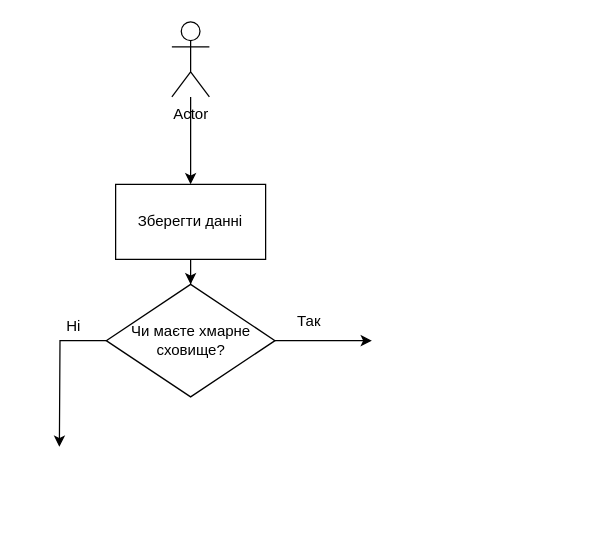
Earlier version of the draw.io diagram Untitled Diagram.drawio (Anna1209z/UML1). Source tidied: cells renumbered, new cells numbered last; positions are measured from the earlier drawing's top-left corner, leaving out a move shared by most shapes. Both pictures are drawn from the tidied source at 125%, with x=0, y=0 at pixel (59, 21).
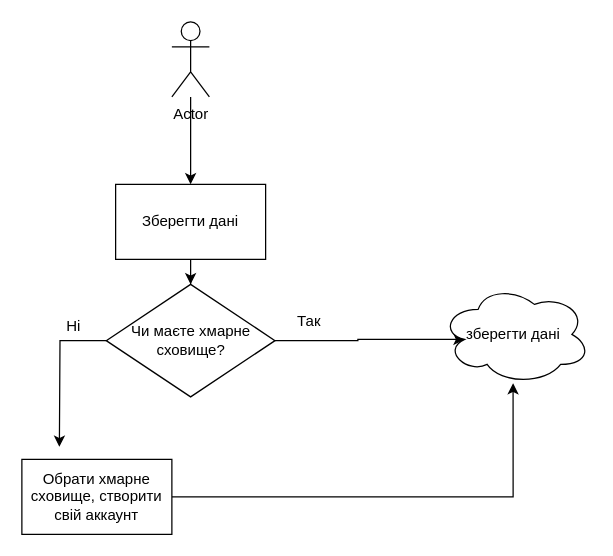
After the change.

The edit, as a diff of the source:
```diff
@@
 <mxGraphModel>
   <root>
     <mxCell id="0" />
     <mxCell id="1" parent="0" />
     <mxCell id="2" style="edgeStyle=orthogonalEdgeStyle;rounded=0;jettySize=auto;html=1;" parent="1" edge="1" source="3" target="5">
       <mxGeometry relative="1" as="geometry" />
     </mxCell>
     <mxCell id="3" value="Actor" style="shape=umlActor;verticalLabelPosition=bottom;verticalAlign=top;html=1;outlineConnect=0;" parent="1" vertex="1">
       <mxGeometry x="90" width="30" height="60" as="geometry" />
     </mxCell>
     <mxCell id="4" style="edgeStyle=orthogonalEdgeStyle;rounded=0;jettySize=auto;html=1;" parent="1" edge="1" source="5" target="8">
       <mxGeometry relative="1" as="geometry" />
     </mxCell>
-    <mxCell id="5" value="Зберегти данні" style="rounded=0;whiteSpace=wrap;html=1;" parent="1" vertex="1">
+    <mxCell id="5" value="Зберегти дані" style="rounded=0;whiteSpace=wrap;html=1;" parent="1" vertex="1">
       <mxGeometry x="45" y="130" width="120" height="60" as="geometry" />
     </mxCell>
     <mxCell id="6" style="edgeStyle=orthogonalEdgeStyle;rounded=0;jettySize=auto;html=1;" parent="1" edge="1" source="8">
       <mxGeometry relative="1" as="geometry">
         <mxPoint y="340" as="targetPoint" />
       </mxGeometry>
     </mxCell>
-    <mxCell id="7" style="edgeStyle=orthogonalEdgeStyle;rounded=0;jettySize=auto;html=1;" parent="1" edge="1" source="8">
-      <mxGeometry relative="1" as="geometry">
-        <mxPoint x="250" y="255" as="targetPoint" />
-      </mxGeometry>
+    <mxCell id="7" style="edgeStyle=orthogonalEdgeStyle;rounded=0;jettySize=auto;html=1;entryX=0.16;entryY=0.55;entryDx=0;entryDy=0;entryPerimeter=0;" parent="1" edge="1" source="8" target="13">
+      <mxGeometry relative="1" as="geometry" />
     </mxCell>
     <mxCell id="8" value="Чи маєте хмарне сховище?" style="rhombus;whiteSpace=wrap;html=1;" parent="1" vertex="1">
       <mxGeometry x="37.5" y="210" width="135" height="90" as="geometry" />
     </mxCell>
     <mxCell id="9" value="Ні" style="text;strokeColor=none;fillColor=none;align=left;verticalAlign=top;spacingLeft=4;spacingRight=4;overflow=hidden;" parent="1" vertex="1">
       <mxGeometry y="230" width="60" height="26" as="geometry" />
     </mxCell>
     <mxCell id="10" value="Так" style="text;html=1;strokeColor=none;fillColor=none;align=center;verticalAlign=middle;whiteSpace=wrap;rounded=0;" parent="1" vertex="1">
       <mxGeometry x="180" y="230" width="40" height="20" as="geometry" />
     </mxCell>
+    <mxCell id="11" style="edgeStyle=orthogonalEdgeStyle;rounded=0;jettySize=auto;html=1;entryX=0.483;entryY=0.988;entryDx=0;entryDy=0;entryPerimeter=0;" parent="1" edge="1" source="12" target="13">
+      <mxGeometry relative="1" as="geometry" />
+    </mxCell>
+    <mxCell id="12" value="Обрати хмарне сховище, створити свій аккаунт" style="rounded=0;whiteSpace=wrap;html=1;" parent="1" vertex="1">
+      <mxGeometry x="-30" y="350" width="120" height="60" as="geometry" />
+    </mxCell>
+    <mxCell id="13" value="зберегти дані&amp;nbsp;&lt;br&gt;" style="ellipse;shape=cloud;whiteSpace=wrap;html=1;" parent="1" vertex="1">
+      <mxGeometry x="305" y="210" width="120" height="80" as="geometry" />
+    </mxCell>
   </root>
 </mxGraphModel>
```
